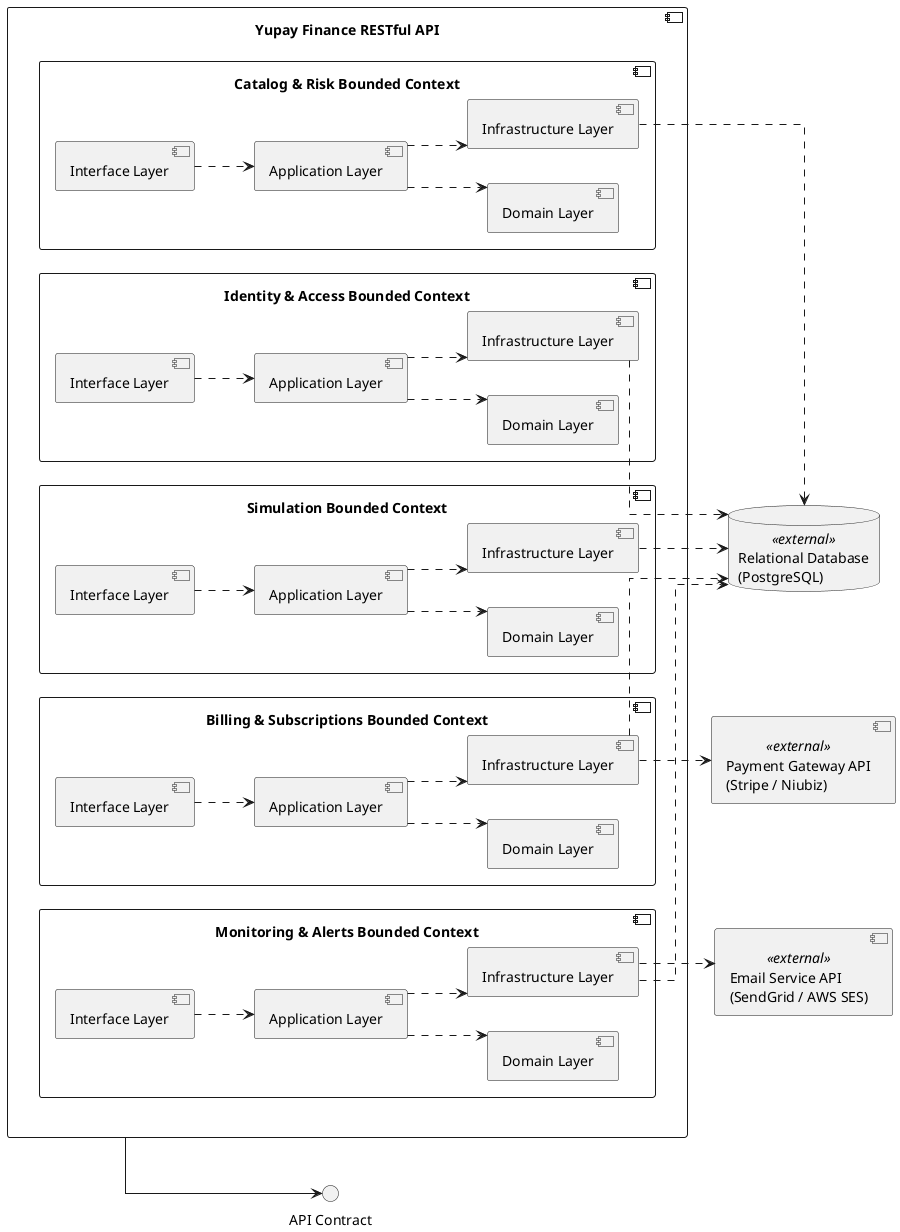
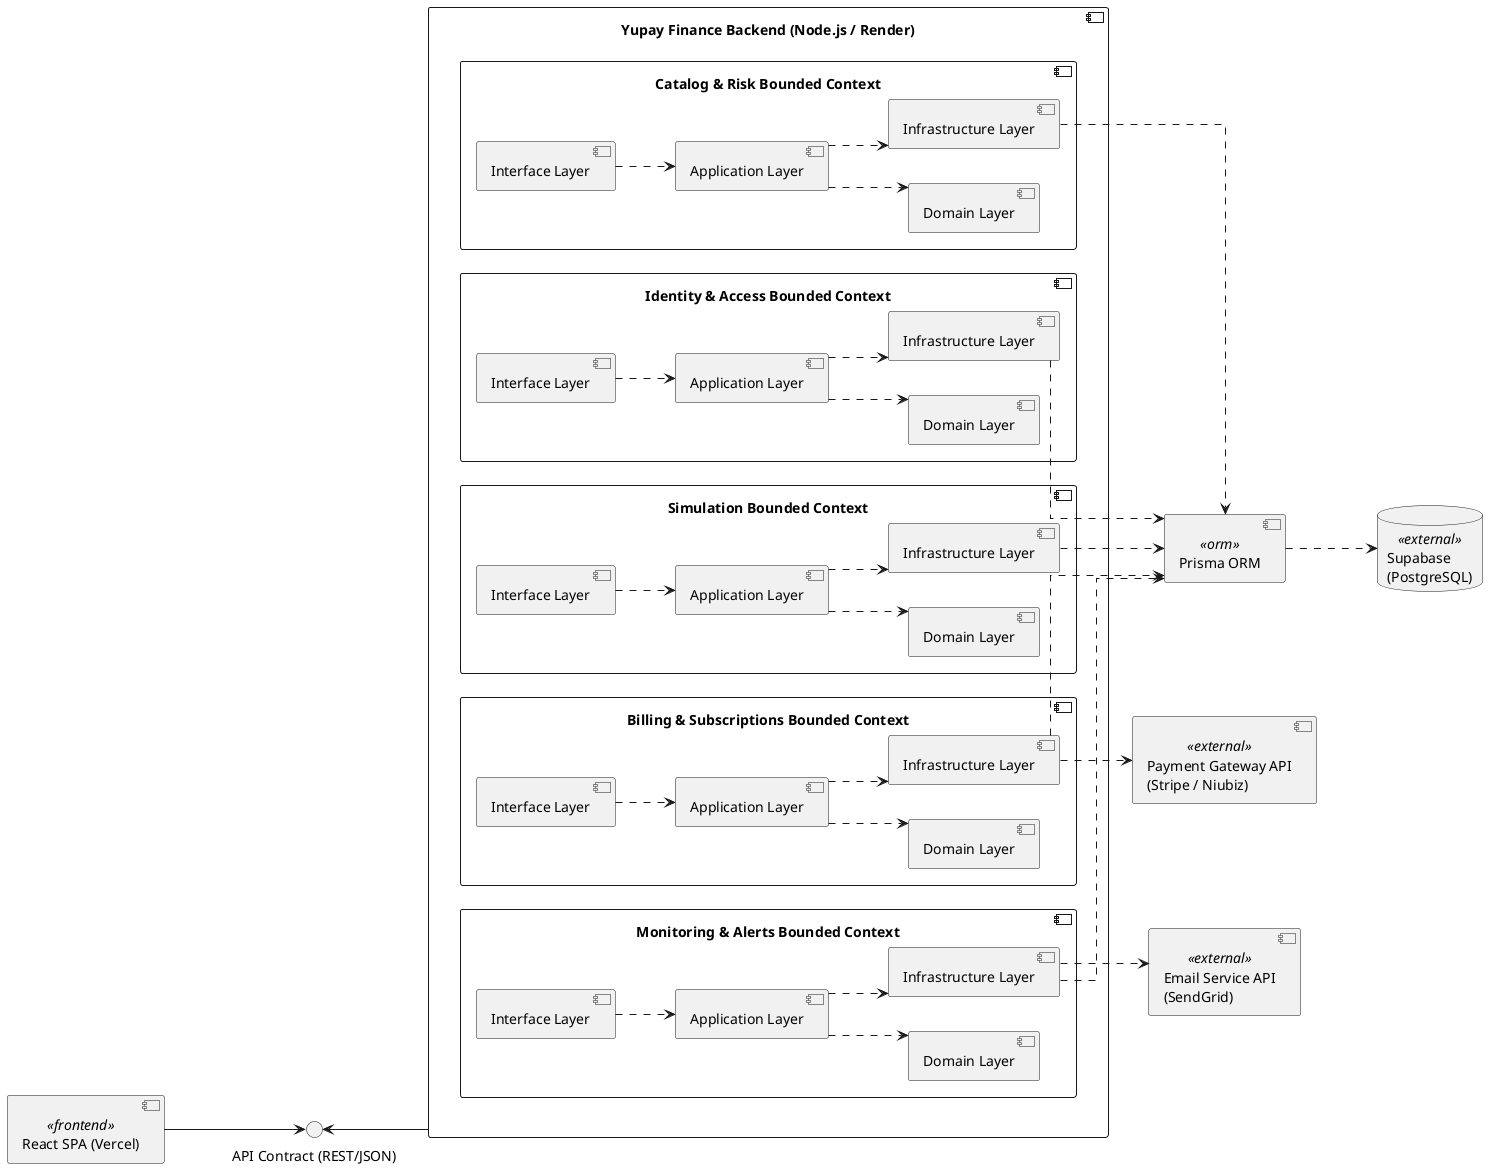
@startuml "Diagrama de Componentes - Yupay Finance API"
skinparam componentStyle uml2
skinparam linetype ortho
left to right direction

- interface "API Contract" as Contract
+ ' Frontend consumiendo la API
+ component "React SPA (Vercel)" as SPA <<frontend>>

- component "Yupay Finance RESTful API" as API {
+ interface "API Contract (REST/JSON)" as Contract
+ 
+ component "Yupay Finance Backend (Node.js / Render)" as API {

  component "Identity & Access Bounded Context" as BC_IdentityAccess {
    component "Interface Layer" as IA_Interface
    component "Application Layer" as IA_Application
    component "Domain Layer" as IA_Domain
    component "Infrastructure Layer" as IA_Infrastructure
  }

  component "Simulation Bounded Context" as BC_Simulation {
    component "Interface Layer" as S_Interface
    component "Application Layer" as S_Application
    component "Domain Layer" as S_Domain
    component "Infrastructure Layer" as S_Infrastructure
  }

  component "Catalog & Risk Bounded Context" as BC_CatalogRisk {
    component "Interface Layer" as CR_Interface
    component "Application Layer" as CR_Application
    component "Domain Layer" as CR_Domain
    component "Infrastructure Layer" as CR_Infrastructure
  }

  component "Billing & Subscriptions Bounded Context" as BC_Billing {
    component "Interface Layer" as B_Interface
    component "Application Layer" as B_Application
    component "Domain Layer" as B_Domain
    component "Infrastructure Layer" as B_Infrastructure
  }

  component "Monitoring & Alerts Bounded Context" as BC_MonitoringAlerts {
    component "Interface Layer" as MA_Interface
    component "Application Layer" as MA_Application
    component "Domain Layer" as MA_Domain
    component "Infrastructure Layer" as MA_Infrastructure
  }
}

- database "Relational Database\n(PostgreSQL)" as RelationalDatabase <<external>>
+ ' Herramientas de acceso a datos y servicios externos
+ component "Prisma ORM" as Prisma <<orm>>
+ database "Supabase\n(PostgreSQL)" as RelationalDatabase <<external>>
component "Payment Gateway API\n(Stripe / Niubiz)" as PaymentGateway <<external>>
- component "Email Service API\n(SendGrid / AWS SES)" as EmailService <<external>>
+ component "Email Service API\n(SendGrid)" as EmailService <<external>>

- ' Conexión del API general con el exterior
- API --> Contract
+ ' Conexión del cliente con el API
+ SPA --> Contract
+ API -up-> Contract

- ' Conexiones internas Clean Architecture: Identity
+ ' Conexiones internas Clean Architecture
IA_Interface ..> IA_Application
IA_Application ..> IA_Domain
IA_Application ..> IA_Infrastructure

- ' Conexiones internas Clean Architecture: Simulation
S_Interface ..> S_Application
S_Application ..> S_Domain
S_Application ..> S_Infrastructure

- ' Conexiones internas Clean Architecture: Catalog & Risk[cite: 12]
CR_Interface ..> CR_Application
CR_Application ..> CR_Domain
CR_Application ..> CR_Infrastructure

- ' Conexiones internas Clean Architecture: Billing[cite: 12]
B_Interface ..> B_Application
B_Application ..> B_Domain
B_Application ..> B_Infrastructure

- ' Conexiones internas Clean Architecture: Monitoring[cite: 12]
MA_Interface ..> MA_Application
MA_Application ..> MA_Domain
MA_Application ..> MA_Infrastructure

- ' Conexiones hacia la Infraestructura Externa (Base de Datos)[cite: 12]
- IA_Infrastructure ..> RelationalDatabase
- S_Infrastructure ..> RelationalDatabase
- CR_Infrastructure ..> RelationalDatabase
- B_Infrastructure ..> RelationalDatabase
- MA_Infrastructure ..> RelationalDatabase
+ ' Conexiones hacia Prisma y Supabase
+ IA_Infrastructure ..> Prisma
+ S_Infrastructure ..> Prisma
+ CR_Infrastructure ..> Prisma
+ B_Infrastructure ..> Prisma
+ MA_Infrastructure ..> Prisma
+ 
+ Prisma ..> RelationalDatabase

' Conexiones hacia Servicios de Terceros
B_Infrastructure ..> PaymentGateway
MA_Infrastructure ..> EmailService

@enduml